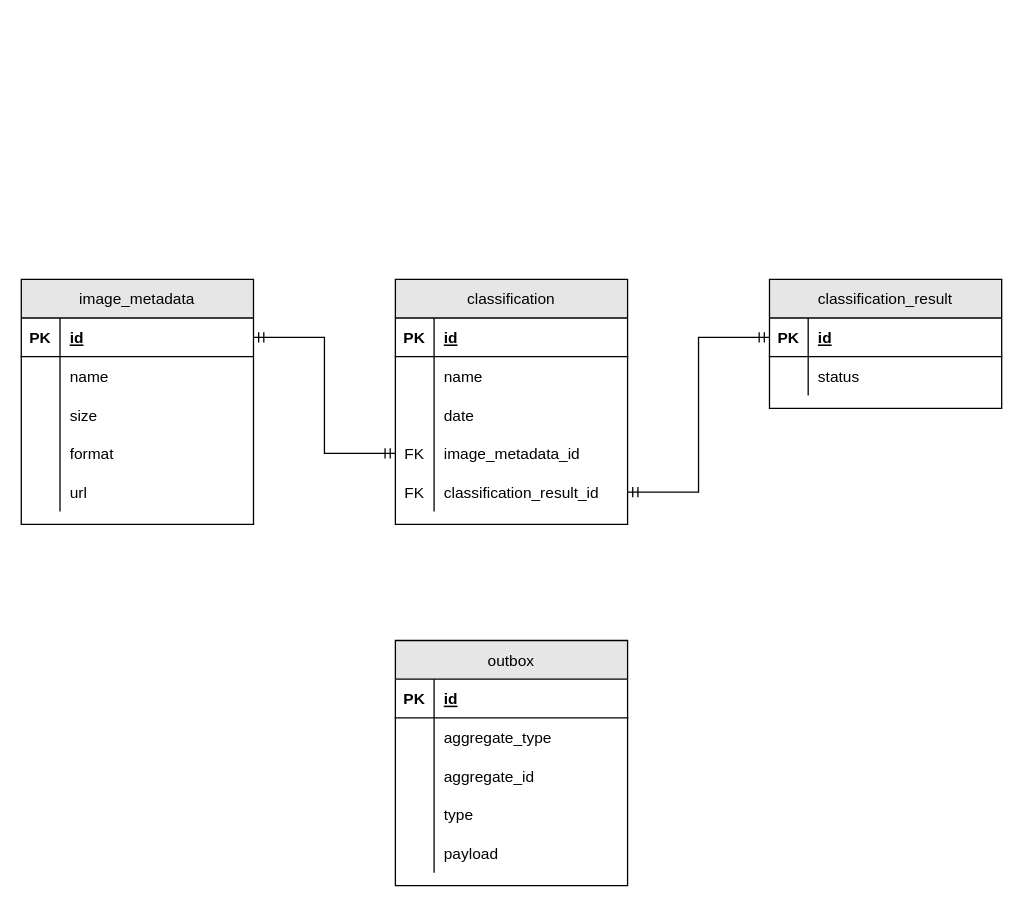
limadelrey/quarkus-classify keeps this draw.io diagram as documentation/DER.drawio. Above is the earlier version. Source tidied: cells renumbered, new cells numbered last; positions are measured from the earlier drawing's top-left corner, leaving out a move shared by most shapes. Both pictures are drawn from the tidied source at 129%, with x=0, y=0 at pixel (21, 279).
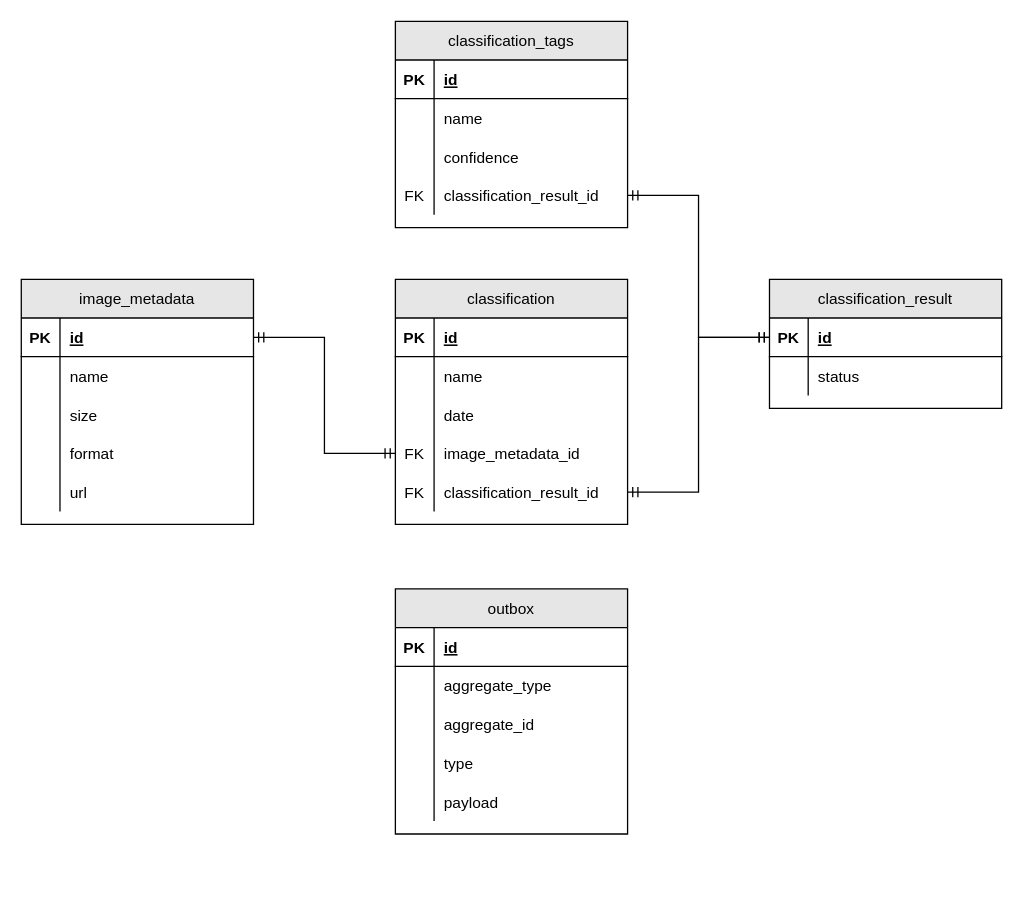
The same page after the edit.

Commit message (it also covers changes not shown here):
Added a new DER version & messaging diagrams.

Unchanged cells that the change refers to:
```xml
<mxCell id="3" style="shape=partialRectangle;fillColor=none;top=0;left=0;bottom=1;right=0;points=[[0,0.5],[1,0.5]];portConstraint=eastwest;" parent="2" vertex="1">
  <mxGeometry y="30" width="180" height="30" as="geometry" />
</mxCell>
<mxCell id="21" style="shape=partialRectangle;fillColor=none;top=0;left=0;bottom=1;right=0;points=[[0,0.5],[1,0.5]];portConstraint=eastwest;" parent="20" vertex="1">
  <mxGeometry y="30" width="180" height="30" as="geometry" />
</mxCell>
<mxCell id="37" style="shape=partialRectangle;fillColor=none;top=0;left=0;bottom=0;right=0;points=[[0,0.5],[1,0.5]];portConstraint=eastwest;" parent="27" vertex="1">
  <mxGeometry y="120" width="180" height="30" as="geometry" />
</mxCell>
<mxCell id="40" style="shape=partialRectangle;fillColor=none;top=0;left=0;bottom=0;right=0;points=[[0,0.5],[1,0.5]];portConstraint=eastwest;" parent="27" vertex="1">
  <mxGeometry y="150" width="180" height="30" as="geometry" />
</mxCell>
```

Change to the diagram source:
```diff
@@
+    <mxCell id="18" style="edgeStyle=orthogonalEdgeStyle;rounded=0;jettySize=auto;html=1;exitX=0;exitY=0.5;exitDx=0;exitDy=0;entryX=1;entryY=0.5;entryDx=0;entryDy=0;endArrow=ERmandOne;endFill=0;startArrow=ERmandOne;startFill=0;" parent="1" edge="1" source="37" target="3">
+      <mxGeometry relative="1" as="geometry" />
+    </mxCell>
+    <mxCell id="19" style="edgeStyle=orthogonalEdgeStyle;rounded=0;jettySize=auto;html=1;exitX=1;exitY=0.5;exitDx=0;exitDy=0;entryX=0;entryY=0.5;entryDx=0;entryDy=0;endArrow=ERmandOne;endFill=0;startArrow=ERmandOne;startFill=0;" parent="1" edge="1" source="40" target="21">
+      <mxGeometry relative="1" as="geometry" />
+    </mxCell>
+    <mxCell id="59" style="edgeStyle=orthogonalEdgeStyle;rounded=0;jettySize=auto;html=1;exitX=1;exitY=0.5;exitDx=0;exitDy=0;entryX=0;entryY=0.5;entryDx=0;entryDy=0;startArrow=ERmandOne;startFill=0;endArrow=ERmandOne;endFill=0;" parent="1" edge="1" source="70" target="21">
+      <mxGeometry relative="1" as="geometry" />
+    </mxCell>
@@
-    <mxCell id="18" style="edgeStyle=orthogonalEdgeStyle;rounded=0;jettySize=auto;html=1;exitX=0;exitY=0.5;exitDx=0;exitDy=0;entryX=1;entryY=0.5;entryDx=0;entryDy=0;endArrow=ERmandOne;endFill=0;startArrow=ERmandOne;startFill=0;" parent="1" edge="1" source="37" target="3">
-      <mxGeometry relative="1" as="geometry" />
-    </mxCell>
-    <mxCell id="19" style="edgeStyle=orthogonalEdgeStyle;rounded=0;jettySize=auto;html=1;exitX=1;exitY=0.5;exitDx=0;exitDy=0;entryX=0;entryY=0.5;entryDx=0;entryDy=0;endArrow=ERmandOne;endFill=0;startArrow=ERmandOne;startFill=0;" parent="1" edge="1" source="40" target="21">
-      <mxGeometry relative="1" as="geometry" />
-    </mxCell>
@@
+    <mxCell id="60" value="classification_tags" style="shape=table;startSize=30;childLayout=tableLayout;rowLines=0;fontStyle=0;align=center;labelBackgroundColor=none;swimlaneFillColor=none;gradientColor=none;fillColor=#E6E6E6;" parent="1" vertex="1">
+      <mxGeometry x="290" y="-200" width="180" height="160" as="geometry" />
+    </mxCell>
+    <mxCell id="61" style="shape=partialRectangle;fillColor=none;top=0;left=0;bottom=1;right=0;" parent="60" vertex="1">
+      <mxGeometry y="30" width="180" height="30" as="geometry" />
+    </mxCell>
+    <mxCell id="62" value="PK" style="shape=partialRectangle;fillColor=none;top=0;left=0;bottom=0;right=0;fontStyle=1;overflow=hidden;" parent="61" vertex="1">
+      <mxGeometry width="30" height="30" as="geometry" />
+    </mxCell>
+    <mxCell id="63" value="id" style="shape=partialRectangle;fillColor=none;top=0;left=0;bottom=0;right=0;align=left;spacingLeft=6;fontStyle=5;overflow=hidden;" parent="61" vertex="1">
+      <mxGeometry x="30" width="150" height="30" as="geometry" />
+    </mxCell>
+    <mxCell id="64" style="shape=partialRectangle;fillColor=none;top=0;left=0;bottom=0;right=0;" parent="60" vertex="1">
+      <mxGeometry y="60" width="180" height="30" as="geometry" />
+    </mxCell>
+    <mxCell id="65" style="shape=partialRectangle;fillColor=none;top=0;left=0;bottom=0;right=0;overflow=hidden;" parent="64" vertex="1">
+      <mxGeometry width="30" height="30" as="geometry" />
+    </mxCell>
+    <mxCell id="66" value="name" style="shape=partialRectangle;fillColor=none;top=0;left=0;bottom=0;right=0;align=left;spacingLeft=6;overflow=hidden;" parent="64" vertex="1">
+      <mxGeometry x="30" width="150" height="30" as="geometry" />
+    </mxCell>
+    <mxCell id="67" style="shape=partialRectangle;fillColor=none;top=0;left=0;bottom=0;right=0;" parent="60" vertex="1">
+      <mxGeometry y="90" width="180" height="30" as="geometry" />
+    </mxCell>
+    <mxCell id="68" style="shape=partialRectangle;fillColor=none;top=0;left=0;bottom=0;right=0;overflow=hidden;" parent="67" vertex="1">
+      <mxGeometry width="30" height="30" as="geometry" />
+    </mxCell>
+    <mxCell id="69" value="confidence" style="shape=partialRectangle;fillColor=none;top=0;left=0;bottom=0;right=0;align=left;spacingLeft=6;overflow=hidden;" parent="67" vertex="1">
+      <mxGeometry x="30" width="150" height="30" as="geometry" />
+    </mxCell>
+    <mxCell id="70" style="shape=partialRectangle;fillColor=none;top=0;left=0;bottom=0;right=0;points=[[0,0.5],[1,0.5]];portConstraint=eastwest;" parent="60" vertex="1">
+      <mxGeometry y="120" width="180" height="30" as="geometry" />
+    </mxCell>
+    <mxCell id="71" value="FK" style="shape=partialRectangle;fillColor=none;top=0;left=0;bottom=0;right=0;overflow=hidden;" parent="70" vertex="1">
+      <mxGeometry width="30" height="30" as="geometry" />
+    </mxCell>
+    <mxCell id="72" value="classification_result_id" style="shape=partialRectangle;fillColor=none;top=0;left=0;bottom=0;right=0;align=left;spacingLeft=6;overflow=hidden;" parent="70" vertex="1">
+      <mxGeometry x="30" width="150" height="30" as="geometry" />
+    </mxCell>
     <mxCell id="43" value="outbox" style="shape=table;startSize=30;childLayout=tableLayout;rowLines=0;fontStyle=0;align=center;labelBackgroundColor=none;swimlaneFillColor=none;gradientColor=none;fillColor=#E6E6E6;" parent="1" vertex="1">
-      <mxGeometry x="290" y="280" width="180" height="190" as="geometry" />
+      <mxGeometry x="290" y="240" width="180" height="190" as="geometry" />
     </mxCell>
```
